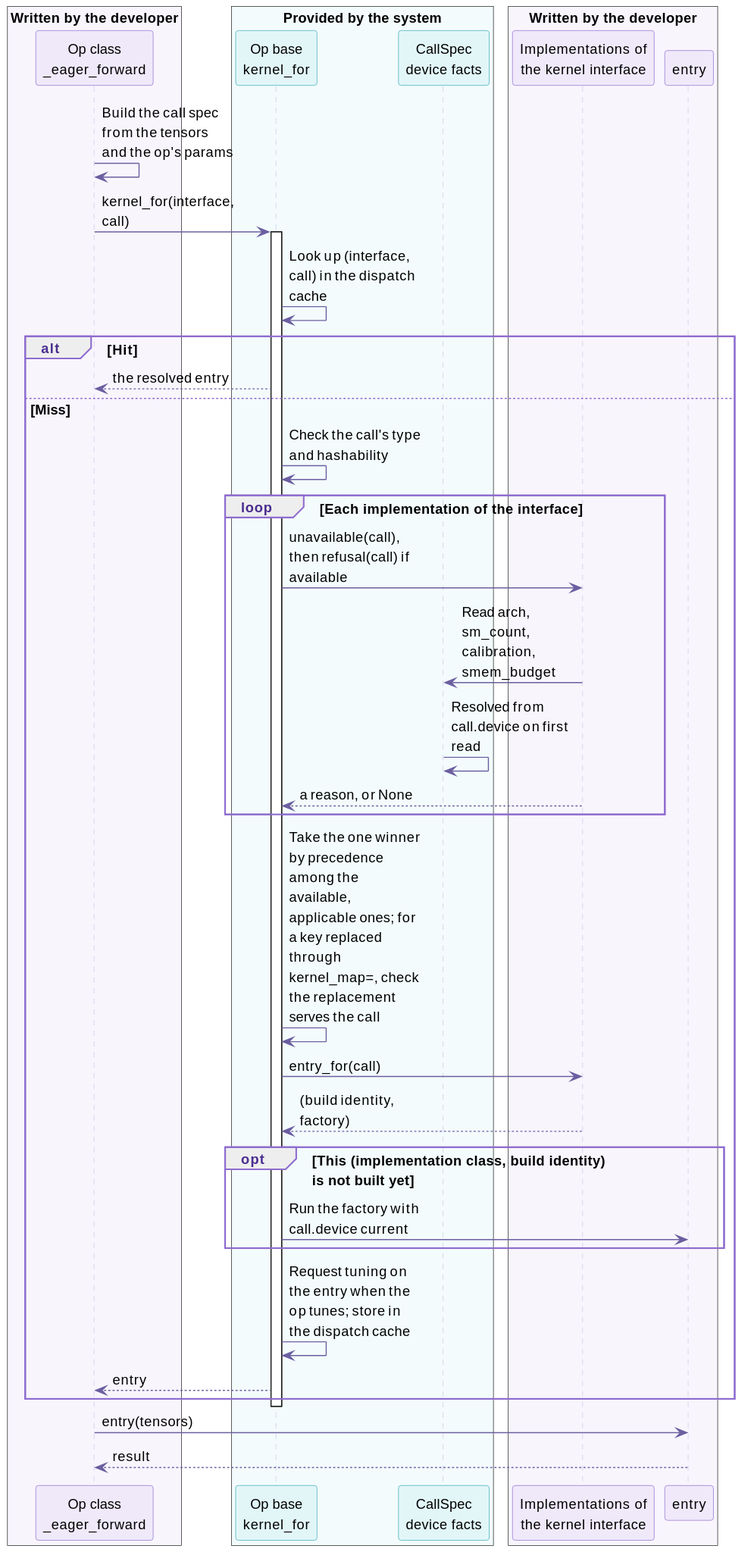
This is docs/user-guide/dispatch/img/call.svg from lcy-seso/TileOPs.github.io, a PlantUML export, as it was before one commit. Its diagram source:
```plantuml
@startuml
skinparam defaultFontName "Noto Sans SC"
skinparam defaultFontSize 13
skinparam shadowing false
skinparam ArrowColor #6B5FA0
skinparam TitleFontColor #4A2C8F
skinparam sequenceMessageAlign left
skinparam maxMessageSize 125
skinparam BoxPadding 6
skinparam sequence {
  LifeLineBorderColor #CFC6E6
  ParticipantBorderColor #8E6CCF
  DividerBackgroundColor #F8F5FD
  DividerBorderColor #CFC6E6
  GroupBorderColor #8E6CCF
  GroupHeaderFontColor #4A2C8F
}
hide stereotype
skinparam participant<<sys>> {
  BackgroundColor #E2F6F8
  BorderColor #3AA9B8
}
skinparam participant<<dev>> {
  BackgroundColor #EFE9FA
  BorderColor #8E6CCF
}
box "Written by the developer" #F8F5FD
  participant "Op class\n_eager_forward" as op <<dev>>
end box
box "Provided by the system" #F3FBFC
  participant "Op base\nkernel_for" as base <<sys>>
  participant "CallSpec\ndevice facts" as facts <<sys>>
end box
box "Written by the developer" #F8F5FD
  participant "Implementations of\nthe kernel interface" as impl <<dev>>
  participant "entry" as entry <<dev>>
end box

op -> op : Build the call spec from the tensors and the op's params
op -> base : kernel_for(interface, call)
activate base
base -> base : Look up (interface, call) in the dispatch cache
alt Hit
  base --> op : the resolved entry
else Miss
  base -> base : Check the call's type and hashability
  loop Each implementation of the interface
    base -> impl : unavailable(call), then refusal(call) if available
    impl -> facts : Read arch, sm_count, calibration, smem_budget
    facts -> facts : Resolved from call.device on first read
    impl --> base : a reason, or None
  end
  base -> base : Take the one winner by precedence among the available, applicable ones; for a key replaced through kernel_map=, check the replacement serves the call
  base -> impl : entry_for(call)
  impl --> base : (build identity, factory)
  opt This (implementation class, build identity)\nis not built yet
    base -> entry : Run the factory with call.device current
  end
  base -> base : Request tuning on the entry when the op tunes; store in the dispatch cache
  base --> op : entry
end
deactivate base
op -> entry : entry(tensors)
entry --> op : result
@enduml
```
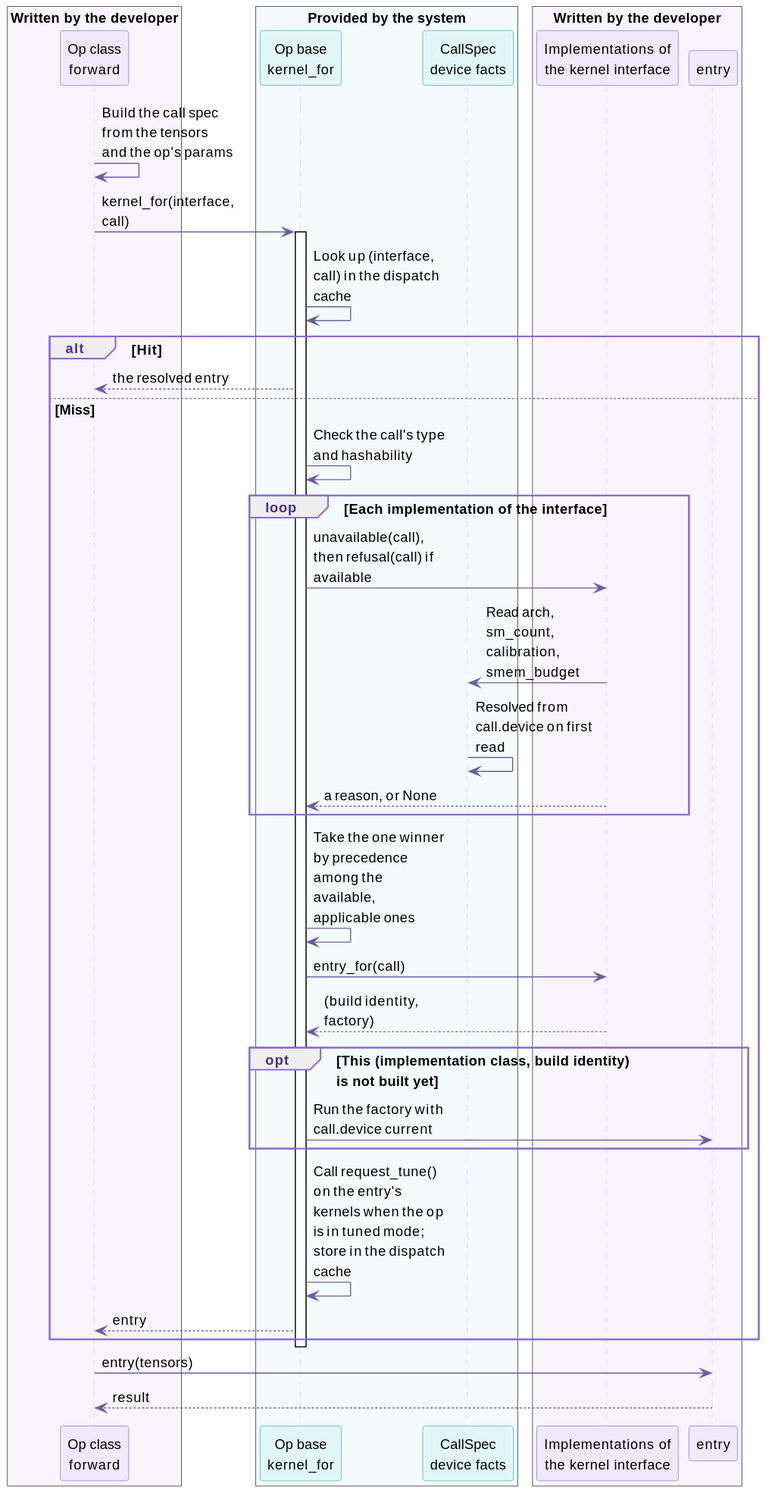
Later version of the same file.

Change to the diagram source:
```diff
@@ -25,7 +25,7 @@
   BorderColor #8E6CCF
 }
 box "Written by the developer" #F8F5FD
-  participant "Op class\n_eager_forward" as op <<dev>>
+  participant "Op class\nforward" as op <<dev>>
 end box
 box "Provided by the system" #F3FBFC
   participant "Op base\nkernel_for" as base <<sys>>
@@ -50,13 +50,13 @@
     facts -> facts : Resolved from call.device on first read
     impl --> base : a reason, or None
   end
-  base -> base : Take the one winner by precedence among the available, applicable ones; for a key replaced through kernel_map=, check the replacement serves the call
+  base -> base : Take the one winner by precedence among the available, applicable ones
   base -> impl : entry_for(call)
   impl --> base : (build identity, factory)
   opt This (implementation class, build identity)\nis not built yet
     base -> entry : Run the factory with call.device current
   end
-  base -> base : Request tuning on the entry when the op tunes; store in the dispatch cache
+  base -> base : Call request_tune() on the entry's kernels when the op is in tuned mode; store in the dispatch cache
   base --> op : entry
 end
 deactivate base
```
